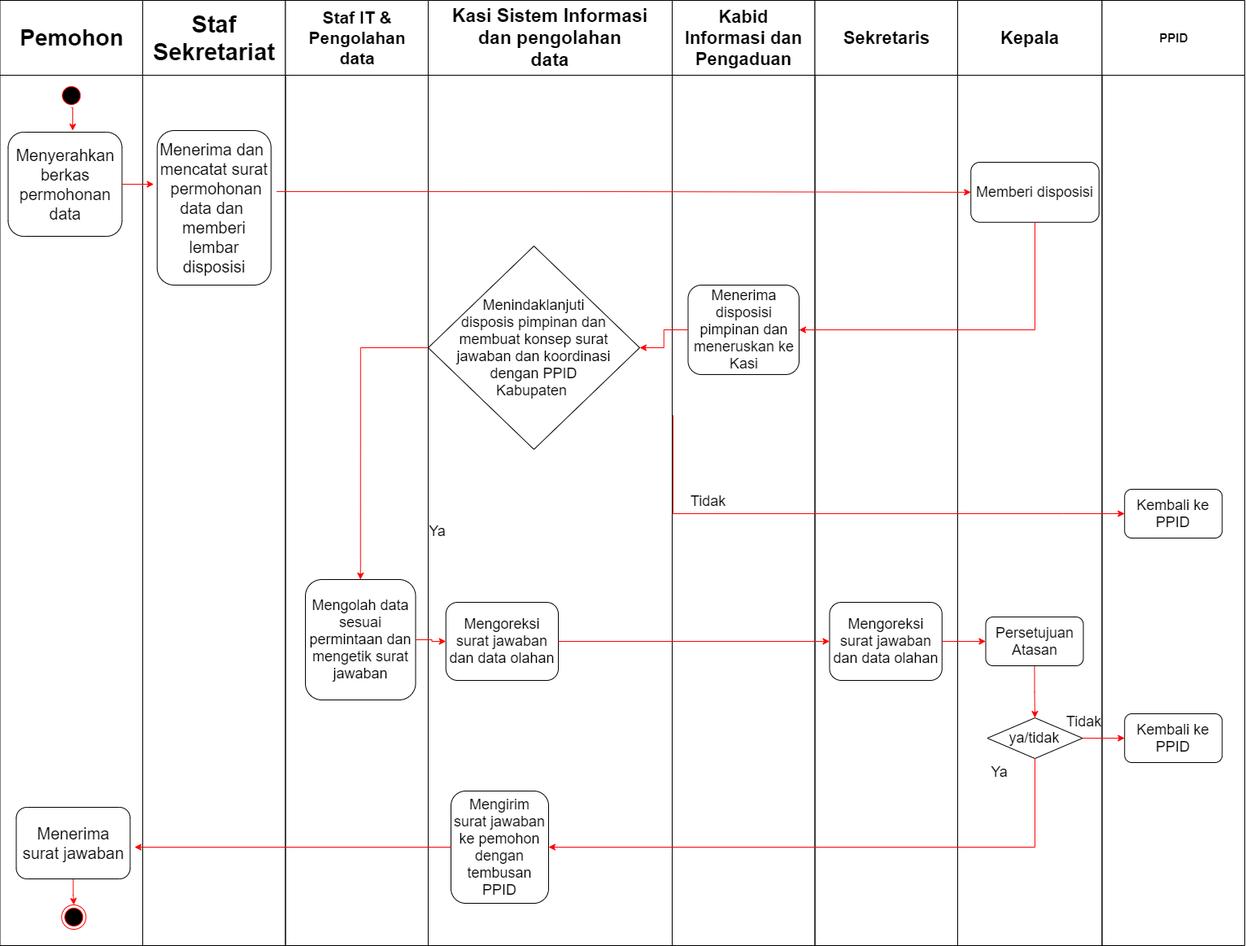
ferifahrul7/diagram-magang keeps this draw.io diagram as folder/STANDAR OPERASIONAL PROSEDUR SISTIM INFORMASI DATA.png. Above is the earlier version. Source tidied: cells renumbered, new cells last; positions are measured from the earlier drawing's top-left corner, leaving out a move shared by most shapes.
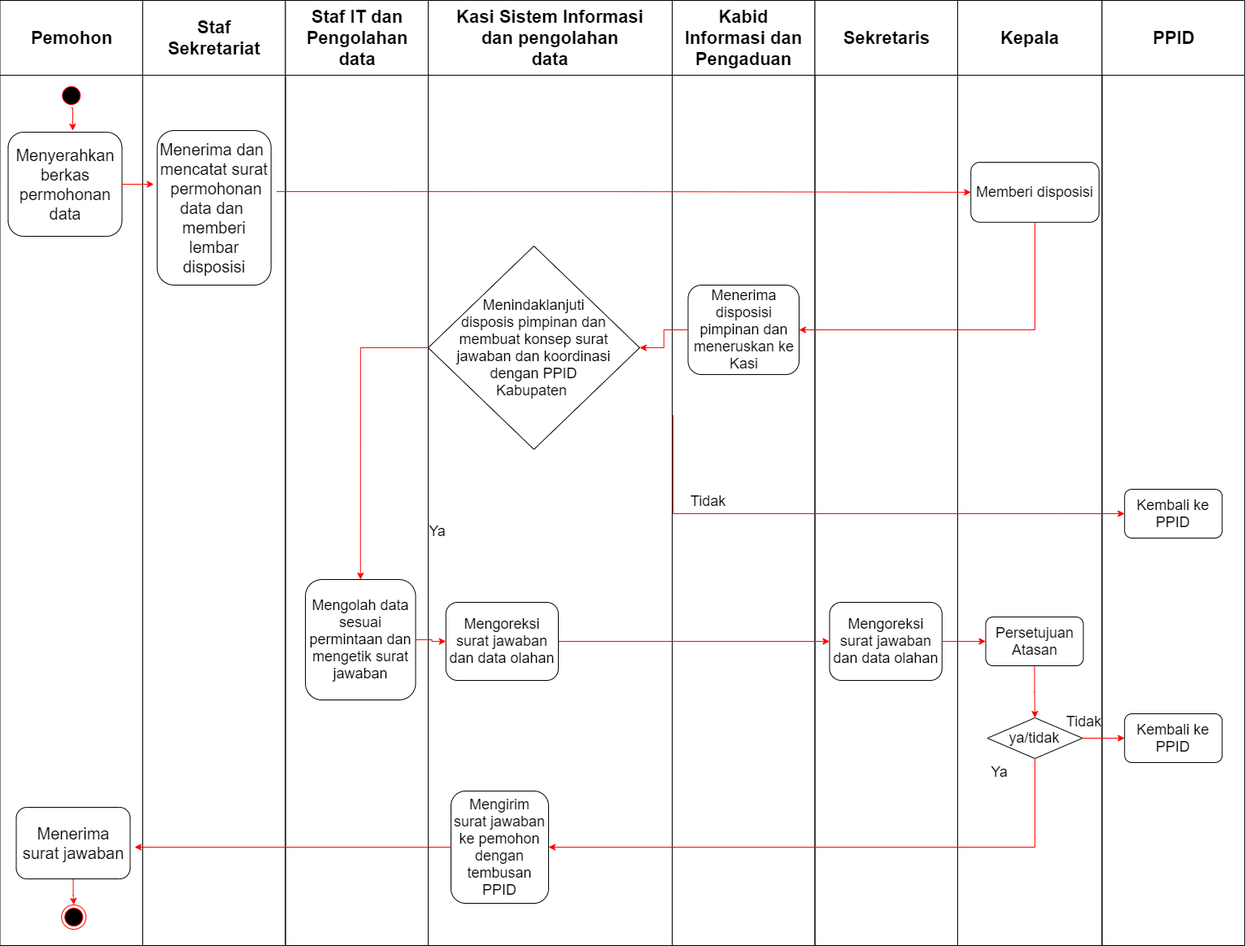
Above is the later version.

What changed in the source:
```diff
@@ -2,7 +2,7 @@
   <root>
     <mxCell id="0" />
     <mxCell id="1" parent="0" />
-    <mxCell id="2" value="Pemohon" style="swimlane;whiteSpace=wrap;startSize=92;fontSize=28;" parent="1" vertex="1">
+    <mxCell id="2" value="Pemohon" style="swimlane;whiteSpace=wrap;startSize=92;fontSize=22;" parent="1" vertex="1">
       <mxGeometry x="0.5" width="175.5" height="1162" as="geometry" />
     </mxCell>
     <mxCell id="3" style="edgeStyle=orthogonalEdgeStyle;rounded=0;jettySize=auto;html=1;exitX=0.5;exitY=1;exitDx=0;exitDy=0;entryX=0.567;entryY=-0.015;entryDx=0;entryDy=0;entryPerimeter=0;fontSize=15;fontColor=#000000;strokeColor=#FF0303;" parent="2" edge="1" source="4" target="5">
@@ -23,19 +23,19 @@
     <mxCell id="8" style="ellipse;html=1;shape=endState;fillColor=#000000;strokeColor=#ff0000;fontSize=18;fontColor=#000000;" parent="2" vertex="1">
       <mxGeometry x="75.8" y="1112" width="30" height="30" as="geometry" />
     </mxCell>
-    <mxCell id="9" value="Staf&#10;Sekretariat" style="swimlane;whiteSpace=wrap;startSize=92;fontSize=29;" parent="1" vertex="1">
+    <mxCell id="9" value="Staf&#10;Sekretariat" style="swimlane;whiteSpace=wrap;startSize=92;fontSize=22;" parent="1" vertex="1">
       <mxGeometry x="176" width="175.5" height="1162" as="geometry" />
     </mxCell>
     <mxCell id="10" value="Menerima dan &#10;mencatat surat&#10; permohonan&#10;data dan &#10;memberi&#10; lembar &#10;disposisi" style="rounded=1;whiteSpace=wrap;html=1;fontFamily=Helvetica;fontSize=20;fontColor=#000000;align=center;strokeColor=#000000;fillColor=#ffffff;" parent="9" vertex="1">
       <mxGeometry x="17.8" y="160" width="140" height="190" as="geometry" />
     </mxCell>
-    <mxCell id="11" value="Staf IT &amp; Pengolahan&#10;data" style="swimlane;whiteSpace=wrap;startSize=92;fontSize=21;" parent="1" vertex="1">
+    <mxCell id="11" value="Staf IT dan Pengolahan&#10;data" style="swimlane;whiteSpace=wrap;startSize=92;fontSize=22;" parent="1" vertex="1">
       <mxGeometry x="351.5" width="175.5" height="1162" as="geometry" />
     </mxCell>
     <mxCell id="12" value="&#10;&#10;Mengolah data sesuai permintaan dan&#10;mengetik surat jawaban &#10;&#10;" style="rounded=1;whiteSpace=wrap;html=1;fontSize=18;fontColor=#000000;" parent="11" vertex="1">
       <mxGeometry x="24.5" y="712" width="135.5" height="148" as="geometry" />
     </mxCell>
-    <mxCell id="13" value="Kasi Sistem Informasi&#10;dan pengolahan&#10;data" style="swimlane;whiteSpace=wrap;startSize=92;fontSize=23;" parent="1" vertex="1">
+    <mxCell id="13" value="Kasi Sistem Informasi&#10;dan pengolahan&#10;data" style="swimlane;whiteSpace=wrap;startSize=92;fontSize=22;" parent="1" vertex="1">
       <mxGeometry x="527" width="300" height="1162" as="geometry" />
     </mxCell>
     <mxCell id="14" value="Menindaklanjuti&lt;br&gt;disposis pimpinan dan&lt;br&gt;membuat konsep surat&lt;br&gt;jawaban dan koordinasi&lt;br&gt;dengan PPID&lt;br&gt;Kabupaten&amp;nbsp;" style="rhombus;whiteSpace=wrap;html=1;fontSize=18;fontColor=#000000;" parent="13" vertex="1">
@@ -83,7 +83,7 @@
     <mxCell id="28" value="ya/tidak" style="rhombus;whiteSpace=wrap;html=1;fontSize=18;fontColor=#000000;" parent="23" vertex="1">
       <mxGeometry x="36.5" y="882" width="117" height="50" as="geometry" />
     </mxCell>
-    <mxCell id="29" value="PPID" style="swimlane;whiteSpace=wrap;startSize=92;fontSize=15;" parent="1" vertex="1">
+    <mxCell id="29" value="PPID" style="swimlane;whiteSpace=wrap;startSize=92;fontSize=22;" parent="1" vertex="1">
       <mxGeometry x="1355.5" width="175.5" height="1162" as="geometry" />
     </mxCell>
     <mxCell id="30" value="Kembali ke PPID" style="rounded=1;whiteSpace=wrap;html=1;fontSize=18;fontColor=#000000;" parent="29" vertex="1">
```
